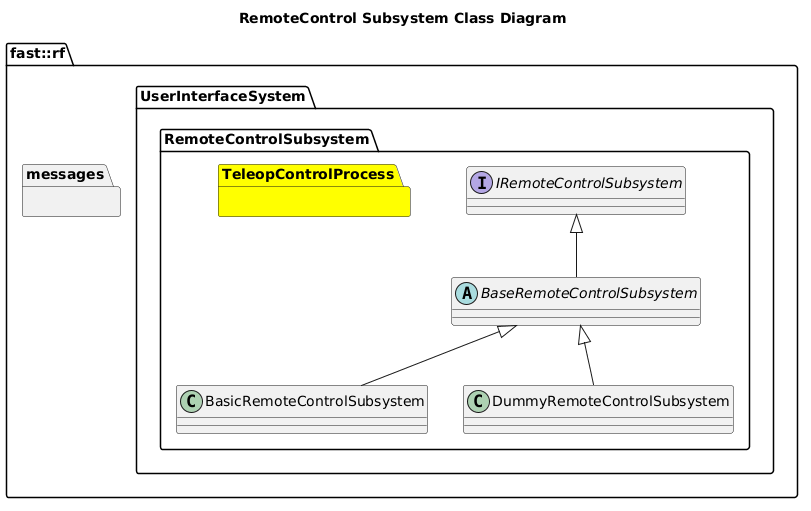
fastrobotics/robot_framework keeps this PlantUML diagram as Systems/UserInterface/Subsystems/RemoteControl/doc/puml/RemoteControlSubsystemClassDiagram.png. Above is the earlier version. Source of this version:
```plantuml
@startuml
title RemoteControl Subsystem Class Diagram
namespace fast::rf {
  namespace messages {
  }
  namespace UserInterfaceSystem {
    namespace RemoteControlSubsystem {
      interface IRemoteControlSubsystem {

      }
      abstract BaseRemoteControlSubsystem {

      }
      BaseRemoteControlSubsystem -up-|> IRemoteControlSubsystem
      class BasicRemoteControlSubsystem {
      }
      BasicRemoteControlSubsystem -up-|> BaseRemoteControlSubsystem
      class DummyRemoteControlSubsystem {
      }
      DummyRemoteControlSubsystem -up-|> BaseRemoteControlSubsystem
      package TeleopControlProcess #Yellow {

      }
    }
  }
}
@enduml
```
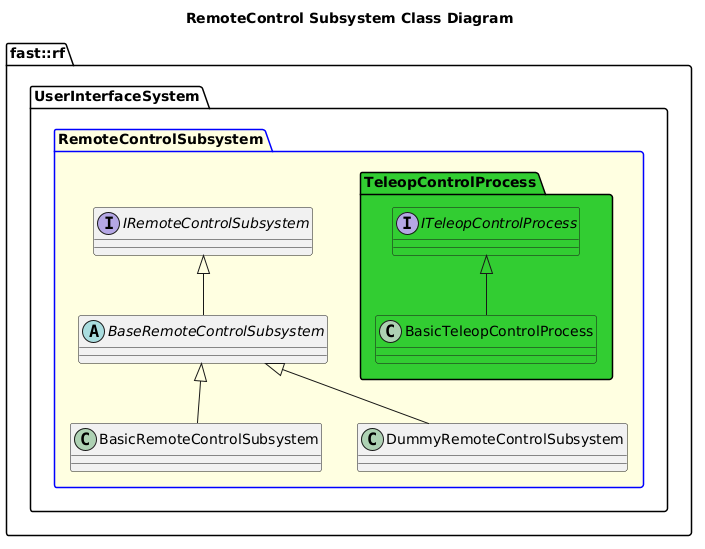
Later version of the same file.

Change to the diagram source:
```diff
@@ -1,10 +1,8 @@
 @startuml
 title RemoteControl Subsystem Class Diagram
 namespace fast::rf {
-  namespace messages {
-  }
   namespace UserInterfaceSystem {
-    namespace RemoteControlSubsystem {
+    package RemoteControlSubsystem #LightYellow;line:blue  {
       interface IRemoteControlSubsystem {
 
       }
@@ -18,8 +16,10 @@
       class DummyRemoteControlSubsystem {
       }
       DummyRemoteControlSubsystem -up-|> BaseRemoteControlSubsystem
-      package TeleopControlProcess #Yellow {
-
+      package TeleopControlProcess #LimeGreen {
+        interface ITeleopControlProcess #LimeGreen
+        class BasicTeleopControlProcess #LimeGreen
+        BasicTeleopControlProcess -up-|> ITeleopControlProcess
       }
     }
   }
```
